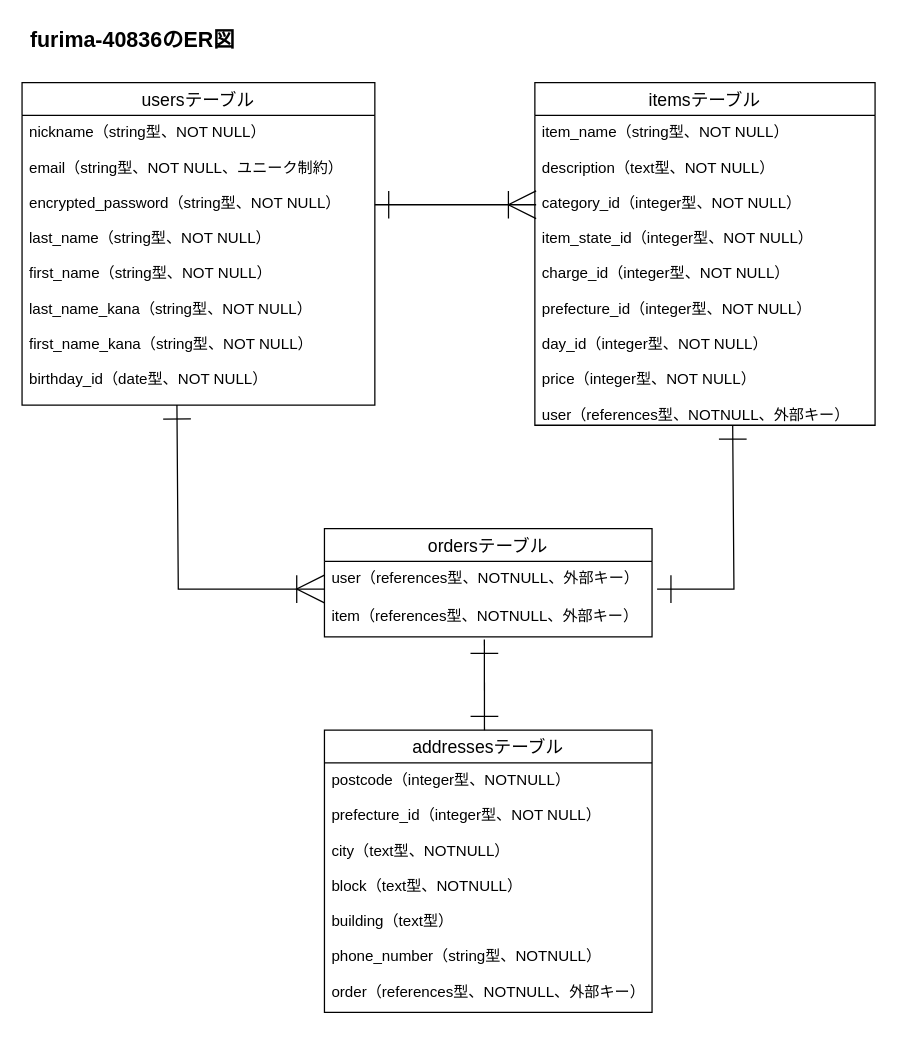
Before: app/views/test.dio in freejog/furima-40836, a draw.io diagram. Source tidied: cells renumbered, new cells numbered last; positions are measured from the earlier drawing's top-left corner, leaving out a move shared by most shapes. Both pictures are drawn from the tidied source at 126%, with x=0, y=0 at pixel (21, 21).
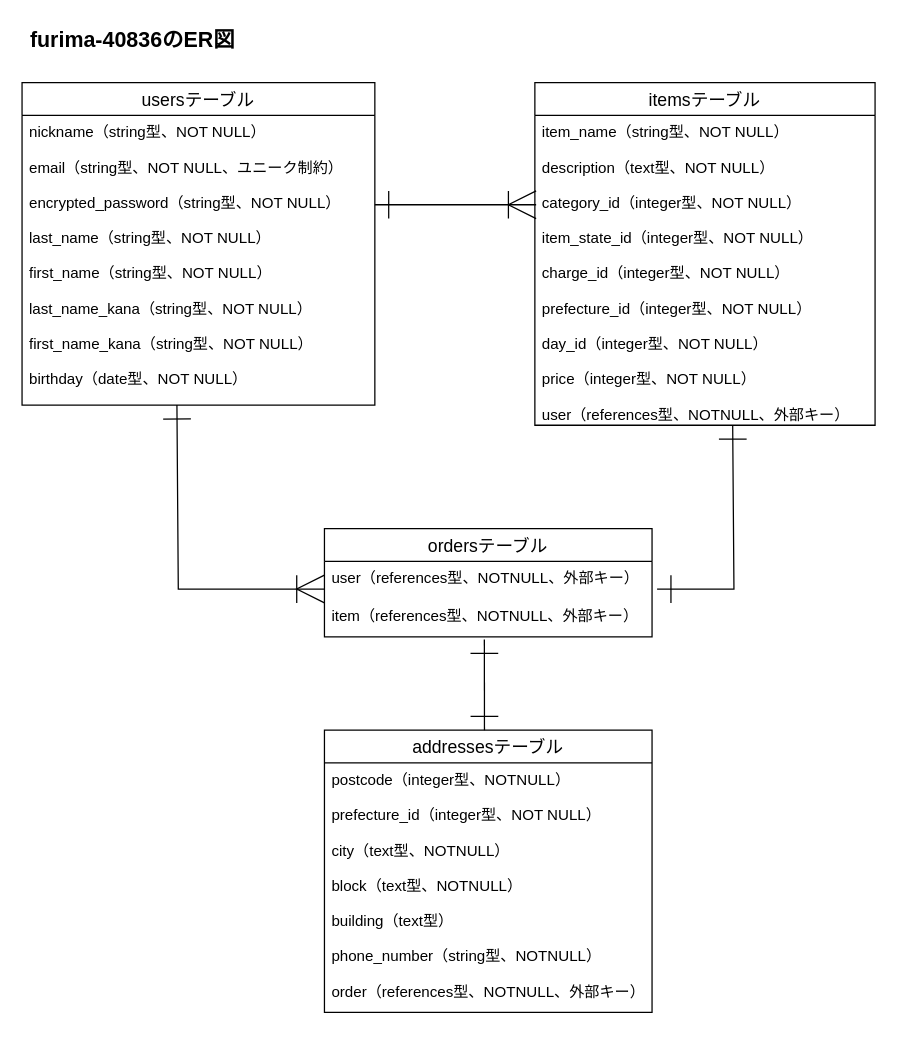
The same page after the edit.

Commit message (it also covers changes not shown here):
ER図とREADMEの修正（3回目）

The change refers to these unchanged cells:
```xml
<mxCell id="2" value="usersテーブル" style="swimlane;fontStyle=0;horizontal=1;startSize=26;align=center;fontSize=14;" parent="1" vertex="1">
  <mxGeometry y="48" width="280" height="256" as="geometry" />
</mxCell>
```

Change to the diagram source:
```diff
@@
-    <mxCell id="3" value="nickname（string型、NOT NULL）&#10;&#10;email（string型、NOT NULL、ユニーク制約）&#10;&#10;encrypted_password（string型、NOT NULL）&#10;&#10;last_name（string型、NOT NULL）&#10;&#10;first_name（string型、NOT NULL）&#10;&#10;last_name_kana（string型、NOT NULL）&#10;&#10;first_name_kana（string型、NOT NULL）&#10;&#10;birthday_id（date型、NOT NULL）&#10;" style="text;strokeColor=none;fillColor=none;spacingLeft=4;spacingRight=4;overflow=hidden;points=[[0,0.5],[1,0.5]];portConstraint=eastwest;fontSize=12;" parent="2" vertex="1">
+    <mxCell id="3" value="nickname（string型、NOT NULL）&#10;&#10;email（string型、NOT NULL、ユニーク制約）&#10;&#10;encrypted_password（string型、NOT NULL）&#10;&#10;last_name（string型、NOT NULL）&#10;&#10;first_name（string型、NOT NULL）&#10;&#10;last_name_kana（string型、NOT NULL）&#10;&#10;first_name_kana（string型、NOT NULL）&#10;&#10;birthday（date型、NOT NULL）&#10;" style="text;strokeColor=none;fillColor=none;spacingLeft=4;spacingRight=4;overflow=hidden;points=[[0,0.5],[1,0.5]];portConstraint=eastwest;fontSize=12;" parent="2" vertex="1">
       <mxGeometry y="26" width="280" height="230" as="geometry" />
     </mxCell>
```
